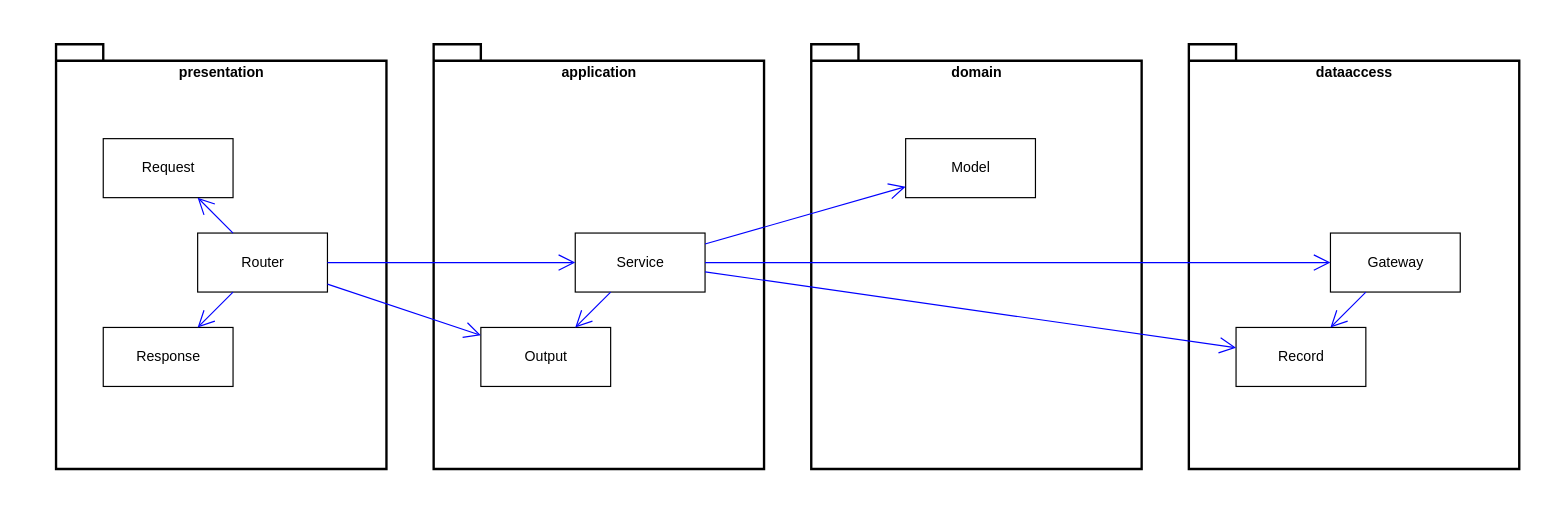
TTinoueTT/practice-reversi-app keeps this draw.io diagram as docs/architecture.drawio. Above is the earlier version. Source tidied: cells renumbered, new cells numbered last; positions are measured from the earlier drawing's top-left corner, leaving out a move shared by most shapes. Both pictures are drawn from the tidied source at 118%, with x=0, y=0 at pixel (55, 44).
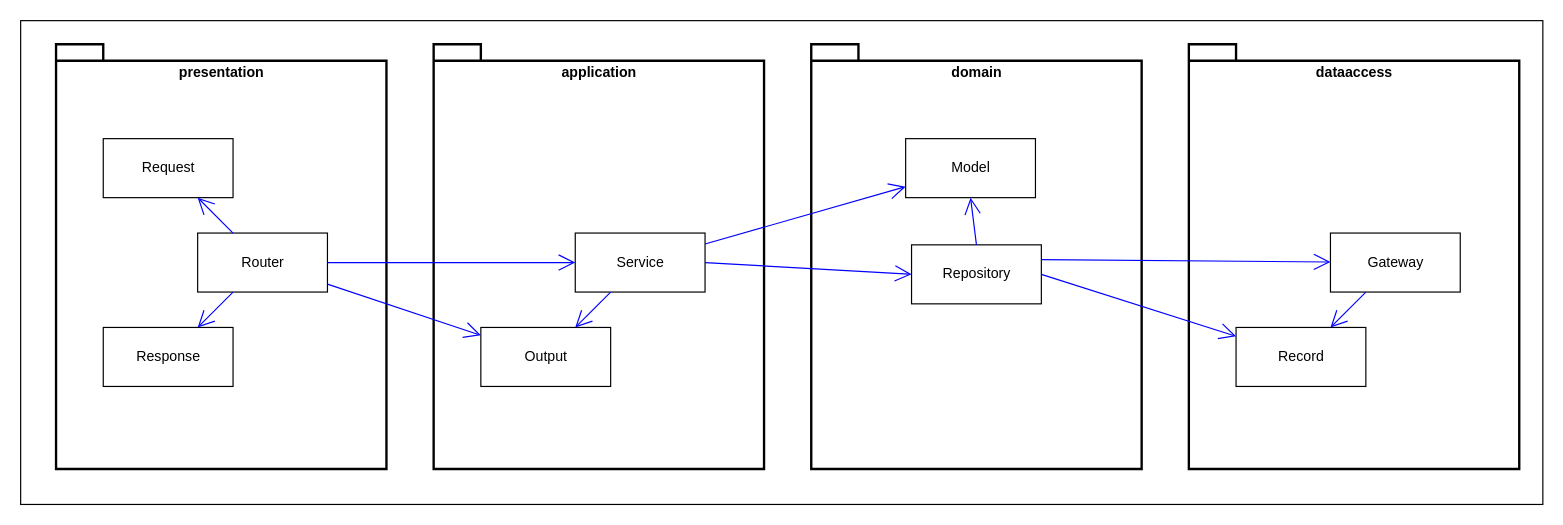
After the change.

The change refers to these unchanged cells:
```xml
<mxCell id="9" value="Service" style="html=1;" parent="1" vertex="1">
  <mxGeometry x="440" y="160" width="110" height="50" as="geometry" />
</mxCell>
<mxCell id="11" value="Gateway" style="html=1;" parent="1" vertex="1">
  <mxGeometry x="1080" y="160" width="110" height="50" as="geometry" />
</mxCell>
<mxCell id="12" value="Record" style="html=1;" parent="1" vertex="1">
  <mxGeometry x="1000" y="240" width="110" height="50" as="geometry" />
</mxCell>
<mxCell id="21" value="Model" style="html=1;" parent="1" vertex="1">
  <mxGeometry x="720" y="80" width="110" height="50" as="geometry" />
</mxCell>
```

Change to the diagram source:
```diff
@@
+    <mxCell id="23" style="rounded=0;whiteSpace=wrap;html=1;fillColor=none;" parent="1" vertex="1">
+      <mxGeometry x="-30" y="-20" width="1290" height="410" as="geometry" />
+    </mxCell>
@@
-    <mxCell id="18" style="endArrow=open;endFill=1;endSize=12;html=1;strokeColor=#0000FF;" parent="1" edge="1" source="9" target="12">
+    <mxCell id="18" style="endArrow=open;endFill=1;endSize=12;html=1;strokeColor=#0000FF;exitX=1;exitY=0.5;exitDx=0;exitDy=0;" parent="1" edge="1" source="24" target="12">
       <mxGeometry relative="1" as="geometry" />
     </mxCell>
-    <mxCell id="19" style="endArrow=open;endFill=1;endSize=12;html=1;strokeColor=#0000FF;" parent="1" edge="1" source="9" target="11">
+    <mxCell id="19" style="endArrow=open;endFill=1;endSize=12;html=1;strokeColor=#0000FF;exitX=1;exitY=0.25;exitDx=0;exitDy=0;" parent="1" edge="1" source="24" target="11">
       <mxGeometry relative="1" as="geometry" />
     </mxCell>
@@
+    <mxCell id="24" value="Repository" style="html=1;" parent="1" vertex="1">
+      <mxGeometry x="725" y="170" width="110" height="50" as="geometry" />
+    </mxCell>
+    <mxCell id="25" style="endArrow=open;endFill=1;endSize=12;html=1;strokeColor=#0000FF;entryX=0;entryY=0.5;entryDx=0;entryDy=0;exitX=1;exitY=0.5;exitDx=0;exitDy=0;" parent="1" edge="1" source="9" target="24">
+      <mxGeometry relative="1" as="geometry" />
+    </mxCell>
+    <mxCell id="26" style="endArrow=open;endFill=1;endSize=12;html=1;strokeColor=#0000FF;exitX=0.5;exitY=0;exitDx=0;exitDy=0;entryX=0.5;entryY=1;entryDx=0;entryDy=0;entryPerimeter=0;" parent="1" edge="1" source="24" target="21">
+      <mxGeometry relative="1" as="geometry" />
+    </mxCell>
```
